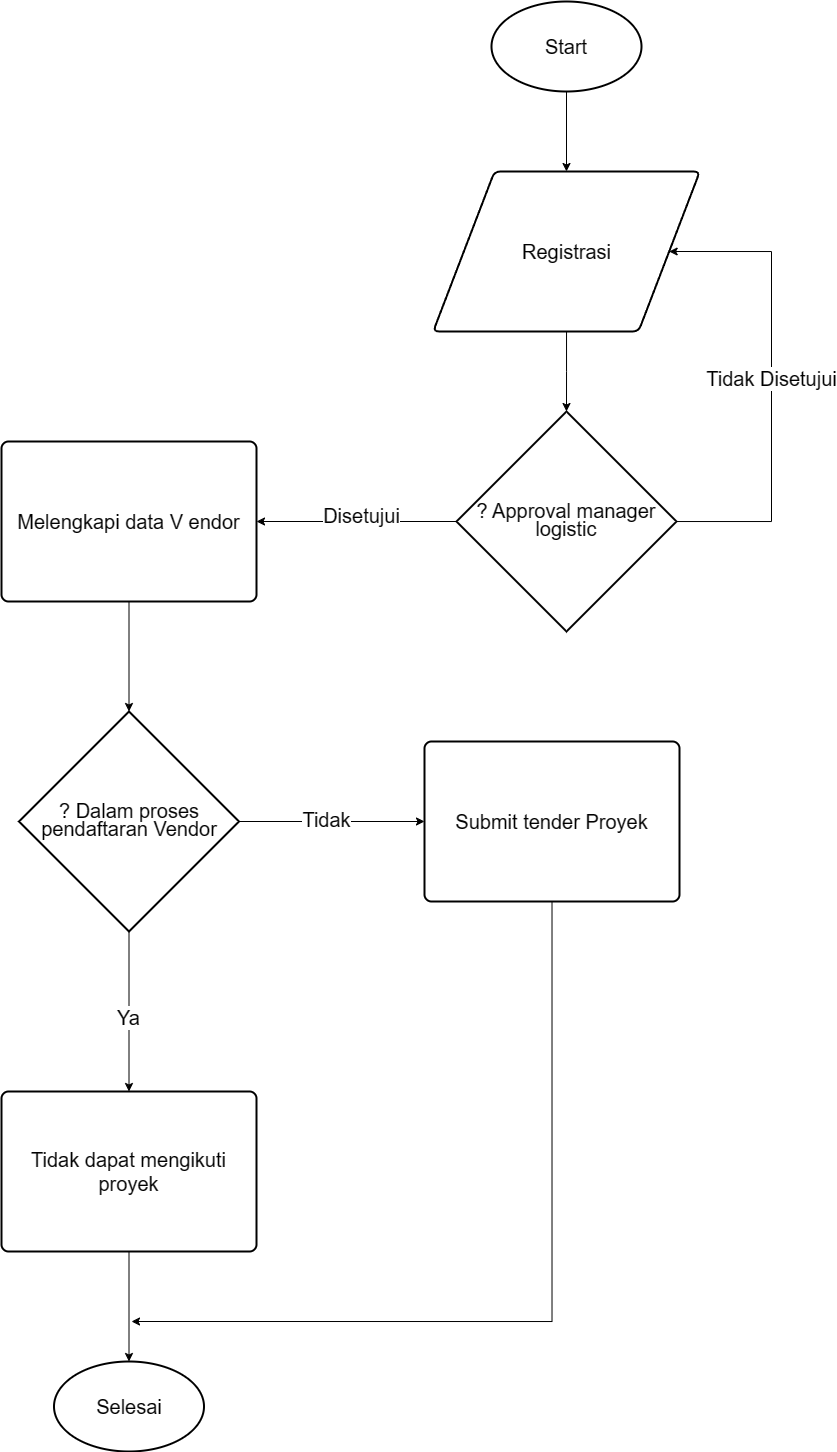
Before: flowchart.png, a diagram exported from draw.io (hdidsy/Test-PHE). Source tidied: cells renumbered, new cells last; positions are measured from the earlier drawing's top-left corner, leaving out a move shared by most shapes. Its diagram source:
```xml
<mxGraphModel>
  <root>
    <mxCell id="0" />
    <mxCell id="1" parent="0" />
    <mxCell id="2" style="edgeStyle=orthogonalEdgeStyle;rounded=0;jettySize=auto;html=1;entryX=1;entryY=0.5;entryDx=0;entryDy=0;" parent="1" edge="1" source="6" target="7">
      <mxGeometry relative="1" as="geometry" />
    </mxCell>
    <mxCell id="3" value="&lt;font style=&quot;font-size: 20px;&quot;&gt;Disetujui&lt;/font&gt;" style="edgeLabel;html=1;align=center;verticalAlign=middle;" parent="2" vertex="1">
      <mxGeometry x="-0.05" y="-6" relative="1" as="geometry" />
    </mxCell>
    <mxCell id="4" style="edgeStyle=orthogonalEdgeStyle;rounded=0;jettySize=auto;html=1;entryX=1;entryY=0.5;entryDx=0;entryDy=0;" parent="1" edge="1" source="6" target="18">
      <mxGeometry relative="1" as="geometry">
        <Array as="points">
          <mxPoint x="770" y="520" />
          <mxPoint x="770" y="250" />
        </Array>
      </mxGeometry>
    </mxCell>
    <mxCell id="5" value="&lt;font style=&quot;font-size: 20px;&quot;&gt;Tidak Disetujui&lt;/font&gt;" style="edgeLabel;html=1;align=center;verticalAlign=middle;" parent="4" vertex="1">
      <mxGeometry x="0.02" relative="1" as="geometry">
        <mxPoint y="1" as="offset" />
      </mxGeometry>
    </mxCell>
    <mxCell id="6" value="&lt;div style=&quot;line-height: 120%;&quot;&gt;&lt;span style=&quot;background-color: initial;&quot;&gt;&lt;font style=&quot;font-size: 20px;&quot;&gt;? Approval manager logistic&lt;/font&gt;&lt;/span&gt;&lt;/div&gt;" style="strokeWidth=2;html=1;shape=mxgraph.flowchart.decision;whiteSpace=wrap;align=center;" parent="1" vertex="1">
      <mxGeometry x="455" y="410" width="220" height="220" as="geometry" />
    </mxCell>
    <mxCell id="7" value="&lt;font style=&quot;font-size: 20px;&quot;&gt;Melengkapi data V endor&lt;/font&gt;" style="rounded=1;whiteSpace=wrap;html=1;absoluteArcSize=1;arcSize=14;strokeWidth=2;" parent="1" vertex="1">
      <mxGeometry y="440" width="255" height="160" as="geometry" />
    </mxCell>
    <mxCell id="8" style="edgeStyle=orthogonalEdgeStyle;rounded=0;jettySize=auto;html=1;entryX=0;entryY=0.5;entryDx=0;entryDy=0;" parent="1" edge="1" source="12" target="15">
      <mxGeometry relative="1" as="geometry" />
    </mxCell>
    <mxCell id="9" value="&lt;font style=&quot;font-size: 20px;&quot;&gt;Tidak&lt;/font&gt;" style="edgeLabel;html=1;align=center;verticalAlign=middle;" parent="8" vertex="1">
      <mxGeometry x="-0.06" y="2" relative="1" as="geometry" />
    </mxCell>
    <mxCell id="10" style="edgeStyle=orthogonalEdgeStyle;rounded=0;jettySize=auto;html=1;" parent="1" edge="1" source="12" target="17">
      <mxGeometry relative="1" as="geometry" />
    </mxCell>
    <mxCell id="11" value="&lt;font style=&quot;font-size: 20px;&quot;&gt;Ya&lt;/font&gt;" style="edgeLabel;html=1;align=center;verticalAlign=middle;" parent="10" vertex="1">
      <mxGeometry x="0.06" y="-1" relative="1" as="geometry">
        <mxPoint y="1" as="offset" />
      </mxGeometry>
    </mxCell>
    <mxCell id="12" value="&lt;div style=&quot;line-height: 120%;&quot;&gt;&lt;span style=&quot;background-color: initial;&quot;&gt;&lt;font style=&quot;font-size: 20px;&quot;&gt;? Dalam proses pendaftaran Vendor&lt;/font&gt;&lt;/span&gt;&lt;/div&gt;" style="strokeWidth=2;html=1;shape=mxgraph.flowchart.decision;whiteSpace=wrap;align=center;" parent="1" vertex="1">
      <mxGeometry x="17.5" y="710" width="220" height="220" as="geometry" />
    </mxCell>
    <mxCell id="13" style="edgeStyle=orthogonalEdgeStyle;rounded=0;jettySize=auto;html=1;entryX=0.5;entryY=0;entryDx=0;entryDy=0;entryPerimeter=0;" parent="1" edge="1" source="7" target="12">
      <mxGeometry relative="1" as="geometry" />
    </mxCell>
    <mxCell id="14" style="edgeStyle=orthogonalEdgeStyle;rounded=0;jettySize=auto;html=1;" parent="1" edge="1" source="15">
      <mxGeometry relative="1" as="geometry">
        <mxPoint x="130" y="1320" as="targetPoint" />
        <Array as="points">
          <mxPoint x="551" y="1320" />
        </Array>
      </mxGeometry>
    </mxCell>
    <mxCell id="15" value="&lt;font style=&quot;font-size: 20px;&quot;&gt;Submit tender Proyek&lt;/font&gt;" style="rounded=1;whiteSpace=wrap;html=1;absoluteArcSize=1;arcSize=14;strokeWidth=2;" parent="1" vertex="1">
      <mxGeometry x="423" y="740" width="255" height="160" as="geometry" />
    </mxCell>
    <mxCell id="16" style="edgeStyle=orthogonalEdgeStyle;rounded=0;jettySize=auto;html=1;" parent="1" edge="1" source="17" target="22">
      <mxGeometry relative="1" as="geometry" />
    </mxCell>
    <mxCell id="17" value="&lt;font style=&quot;font-size: 20px;&quot;&gt;Tidak dapat mengikuti proyek&lt;/font&gt;" style="rounded=1;whiteSpace=wrap;html=1;absoluteArcSize=1;arcSize=14;strokeWidth=2;" parent="1" vertex="1">
      <mxGeometry y="1090" width="255" height="160" as="geometry" />
    </mxCell>
    <mxCell id="18" value="&lt;font style=&quot;font-size: 20px;&quot;&gt;Registrasi&lt;/font&gt;" style="shape=parallelogram;html=1;strokeWidth=2;perimeter=parallelogramPerimeter;whiteSpace=wrap;rounded=1;arcSize=12;size=0.23;" parent="1" vertex="1">
      <mxGeometry x="431.7" y="170" width="266.7" height="160" as="geometry" />
    </mxCell>
    <mxCell id="19" style="edgeStyle=orthogonalEdgeStyle;rounded=0;jettySize=auto;html=1;entryX=0.5;entryY=0;entryDx=0;entryDy=0;entryPerimeter=0;" parent="1" edge="1" source="18" target="6">
      <mxGeometry relative="1" as="geometry" />
    </mxCell>
    <mxCell id="20" style="edgeStyle=orthogonalEdgeStyle;rounded=0;jettySize=auto;html=1;entryX=0.5;entryY=0;entryDx=0;entryDy=0;" parent="1" edge="1" source="21" target="18">
      <mxGeometry relative="1" as="geometry" />
    </mxCell>
    <mxCell id="21" value="&lt;font style=&quot;font-size: 20px;&quot;&gt;Start&lt;/font&gt;" style="strokeWidth=2;html=1;shape=mxgraph.flowchart.start_1;whiteSpace=wrap;" parent="1" vertex="1">
      <mxGeometry x="490" width="150" height="90" as="geometry" />
    </mxCell>
    <mxCell id="22" value="&lt;font style=&quot;font-size: 20px;&quot;&gt;Selesai&lt;/font&gt;" style="strokeWidth=2;html=1;shape=mxgraph.flowchart.start_1;whiteSpace=wrap;" parent="1" vertex="1">
      <mxGeometry x="52.5" y="1360" width="150" height="90" as="geometry" />
    </mxCell>
  </root>
</mxGraphModel>
```
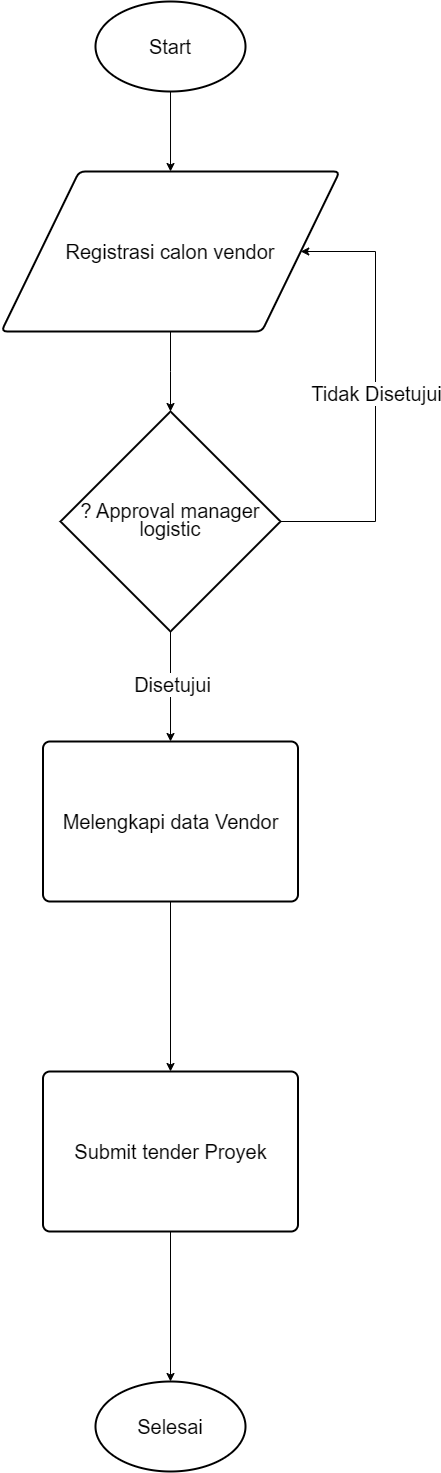
After the commit.

The edit, as a diff of the source:
```diff
@@ -2,12 +2,6 @@
   <root>
     <mxCell id="0" />
     <mxCell id="1" parent="0" />
-    <mxCell id="2" style="edgeStyle=orthogonalEdgeStyle;rounded=0;jettySize=auto;html=1;entryX=1;entryY=0.5;entryDx=0;entryDy=0;" parent="1" edge="1" source="6" target="7">
-      <mxGeometry relative="1" as="geometry" />
-    </mxCell>
-    <mxCell id="3" value="&lt;font style=&quot;font-size: 20px;&quot;&gt;Disetujui&lt;/font&gt;" style="edgeLabel;html=1;align=center;verticalAlign=middle;" parent="2" vertex="1">
-      <mxGeometry x="-0.05" y="-6" relative="1" as="geometry" />
-    </mxCell>
     <mxCell id="4" style="edgeStyle=orthogonalEdgeStyle;rounded=0;jettySize=auto;html=1;entryX=1;entryY=0.5;entryDx=0;entryDy=0;" parent="1" edge="1" source="6" target="18">
       <mxGeometry relative="1" as="geometry">
         <Array as="points">
@@ -21,51 +15,31 @@
         <mxPoint y="1" as="offset" />
       </mxGeometry>
     </mxCell>
+    <mxCell id="23" style="edgeStyle=orthogonalEdgeStyle;rounded=0;jettySize=auto;html=1;entryX=0.5;entryY=0;entryDx=0;entryDy=0;entryPerimeter=0;" parent="1" edge="1" source="6">
+      <mxGeometry relative="1" as="geometry">
+        <mxPoint x="565" y="740" as="targetPoint" />
+      </mxGeometry>
+    </mxCell>
+    <mxCell id="3" value="&lt;font style=&quot;font-size: 20px;&quot;&gt;Disetujui&lt;/font&gt;" style="edgeLabel;html=1;align=center;verticalAlign=middle;" parent="23" vertex="1">
+      <mxGeometry x="-0.07" y="1" relative="1" as="geometry" />
+    </mxCell>
     <mxCell id="6" value="&lt;div style=&quot;line-height: 120%;&quot;&gt;&lt;span style=&quot;background-color: initial;&quot;&gt;&lt;font style=&quot;font-size: 20px;&quot;&gt;? Approval manager logistic&lt;/font&gt;&lt;/span&gt;&lt;/div&gt;" style="strokeWidth=2;html=1;shape=mxgraph.flowchart.decision;whiteSpace=wrap;align=center;" parent="1" vertex="1">
       <mxGeometry x="455" y="410" width="220" height="220" as="geometry" />
     </mxCell>
+    <mxCell id="24" style="edgeStyle=orthogonalEdgeStyle;rounded=0;jettySize=auto;html=1;entryX=0.5;entryY=0;entryDx=0;entryDy=0;exitX=0.5;exitY=1;exitDx=0;exitDy=0;" parent="1" edge="1" source="7" target="15">
+      <mxGeometry relative="1" as="geometry" />
+    </mxCell>
-    <mxCell id="7" value="&lt;font style=&quot;font-size: 20px;&quot;&gt;Melengkapi data V endor&lt;/font&gt;" style="rounded=1;whiteSpace=wrap;html=1;absoluteArcSize=1;arcSize=14;strokeWidth=2;" parent="1" vertex="1">
-      <mxGeometry y="440" width="255" height="160" as="geometry" />
+    <mxCell id="7" value="&lt;font style=&quot;font-size: 20px;&quot;&gt;Melengkapi data Vendor&lt;/font&gt;" style="rounded=1;whiteSpace=wrap;html=1;absoluteArcSize=1;arcSize=14;strokeWidth=2;" parent="1" vertex="1">
+      <mxGeometry x="437.5" y="740" width="255" height="160" as="geometry" />
     </mxCell>
-    <mxCell id="8" style="edgeStyle=orthogonalEdgeStyle;rounded=0;jettySize=auto;html=1;entryX=0;entryY=0.5;entryDx=0;entryDy=0;" parent="1" edge="1" source="12" target="15">
-      <mxGeometry relative="1" as="geometry" />
-    </mxCell>
-    <mxCell id="9" value="&lt;font style=&quot;font-size: 20px;&quot;&gt;Tidak&lt;/font&gt;" style="edgeLabel;html=1;align=center;verticalAlign=middle;" parent="8" vertex="1">
-      <mxGeometry x="-0.06" y="2" relative="1" as="geometry" />
-    </mxCell>
-    <mxCell id="10" style="edgeStyle=orthogonalEdgeStyle;rounded=0;jettySize=auto;html=1;" parent="1" edge="1" source="12" target="17">
-      <mxGeometry relative="1" as="geometry" />
-    </mxCell>
-    <mxCell id="11" value="&lt;font style=&quot;font-size: 20px;&quot;&gt;Ya&lt;/font&gt;" style="edgeLabel;html=1;align=center;verticalAlign=middle;" parent="10" vertex="1">
-      <mxGeometry x="0.06" y="-1" relative="1" as="geometry">
-        <mxPoint y="1" as="offset" />
-      </mxGeometry>
-    </mxCell>
-    <mxCell id="12" value="&lt;div style=&quot;line-height: 120%;&quot;&gt;&lt;span style=&quot;background-color: initial;&quot;&gt;&lt;font style=&quot;font-size: 20px;&quot;&gt;? Dalam proses pendaftaran Vendor&lt;/font&gt;&lt;/span&gt;&lt;/div&gt;" style="strokeWidth=2;html=1;shape=mxgraph.flowchart.decision;whiteSpace=wrap;align=center;" parent="1" vertex="1">
-      <mxGeometry x="17.5" y="710" width="220" height="220" as="geometry" />
-    </mxCell>
-    <mxCell id="13" style="edgeStyle=orthogonalEdgeStyle;rounded=0;jettySize=auto;html=1;entryX=0.5;entryY=0;entryDx=0;entryDy=0;entryPerimeter=0;" parent="1" edge="1" source="7" target="12">
-      <mxGeometry relative="1" as="geometry" />
-    </mxCell>
-    <mxCell id="14" style="edgeStyle=orthogonalEdgeStyle;rounded=0;jettySize=auto;html=1;" parent="1" edge="1" source="15">
-      <mxGeometry relative="1" as="geometry">
-        <mxPoint x="130" y="1320" as="targetPoint" />
-        <Array as="points">
-          <mxPoint x="551" y="1320" />
-        </Array>
-      </mxGeometry>
-    </mxCell>
+    <mxCell id="25" style="edgeStyle=orthogonalEdgeStyle;rounded=0;jettySize=auto;html=1;entryX=0.5;entryY=0;entryDx=0;entryDy=0;entryPerimeter=0;" parent="1" edge="1" source="15" target="22">
+      <mxGeometry relative="1" as="geometry" />
+    </mxCell>
     <mxCell id="15" value="&lt;font style=&quot;font-size: 20px;&quot;&gt;Submit tender Proyek&lt;/font&gt;" style="rounded=1;whiteSpace=wrap;html=1;absoluteArcSize=1;arcSize=14;strokeWidth=2;" parent="1" vertex="1">
-      <mxGeometry x="423" y="740" width="255" height="160" as="geometry" />
+      <mxGeometry x="437.5" y="1070" width="255" height="160" as="geometry" />
     </mxCell>
-    <mxCell id="16" style="edgeStyle=orthogonalEdgeStyle;rounded=0;jettySize=auto;html=1;" parent="1" edge="1" source="17" target="22">
-      <mxGeometry relative="1" as="geometry" />
-    </mxCell>
-    <mxCell id="17" value="&lt;font style=&quot;font-size: 20px;&quot;&gt;Tidak dapat mengikuti proyek&lt;/font&gt;" style="rounded=1;whiteSpace=wrap;html=1;absoluteArcSize=1;arcSize=14;strokeWidth=2;" parent="1" vertex="1">
-      <mxGeometry y="1090" width="255" height="160" as="geometry" />
-    </mxCell>
-    <mxCell id="18" value="&lt;font style=&quot;font-size: 20px;&quot;&gt;Registrasi&lt;/font&gt;" style="shape=parallelogram;html=1;strokeWidth=2;perimeter=parallelogramPerimeter;whiteSpace=wrap;rounded=1;arcSize=12;size=0.23;" parent="1" vertex="1">
-      <mxGeometry x="431.7" y="170" width="266.7" height="160" as="geometry" />
+    <mxCell id="18" value="&lt;font style=&quot;font-size: 20px;&quot;&gt;Registrasi calon vendor&lt;/font&gt;" style="shape=parallelogram;html=1;strokeWidth=2;perimeter=parallelogramPerimeter;whiteSpace=wrap;rounded=1;arcSize=12;size=0.23;" parent="1" vertex="1">
+      <mxGeometry x="395.8" y="170" width="338.3" height="160" as="geometry" />
     </mxCell>
     <mxCell id="19" style="edgeStyle=orthogonalEdgeStyle;rounded=0;jettySize=auto;html=1;entryX=0.5;entryY=0;entryDx=0;entryDy=0;entryPerimeter=0;" parent="1" edge="1" source="18" target="6">
       <mxGeometry relative="1" as="geometry" />
@@ -77,7 +51,7 @@
       <mxGeometry x="490" width="150" height="90" as="geometry" />
     </mxCell>
     <mxCell id="22" value="&lt;font style=&quot;font-size: 20px;&quot;&gt;Selesai&lt;/font&gt;" style="strokeWidth=2;html=1;shape=mxgraph.flowchart.start_1;whiteSpace=wrap;" parent="1" vertex="1">
-      <mxGeometry x="52.5" y="1360" width="150" height="90" as="geometry" />
+      <mxGeometry x="490" y="1380" width="150" height="90" as="geometry" />
     </mxCell>
   </root>
 </mxGraphModel>
```
